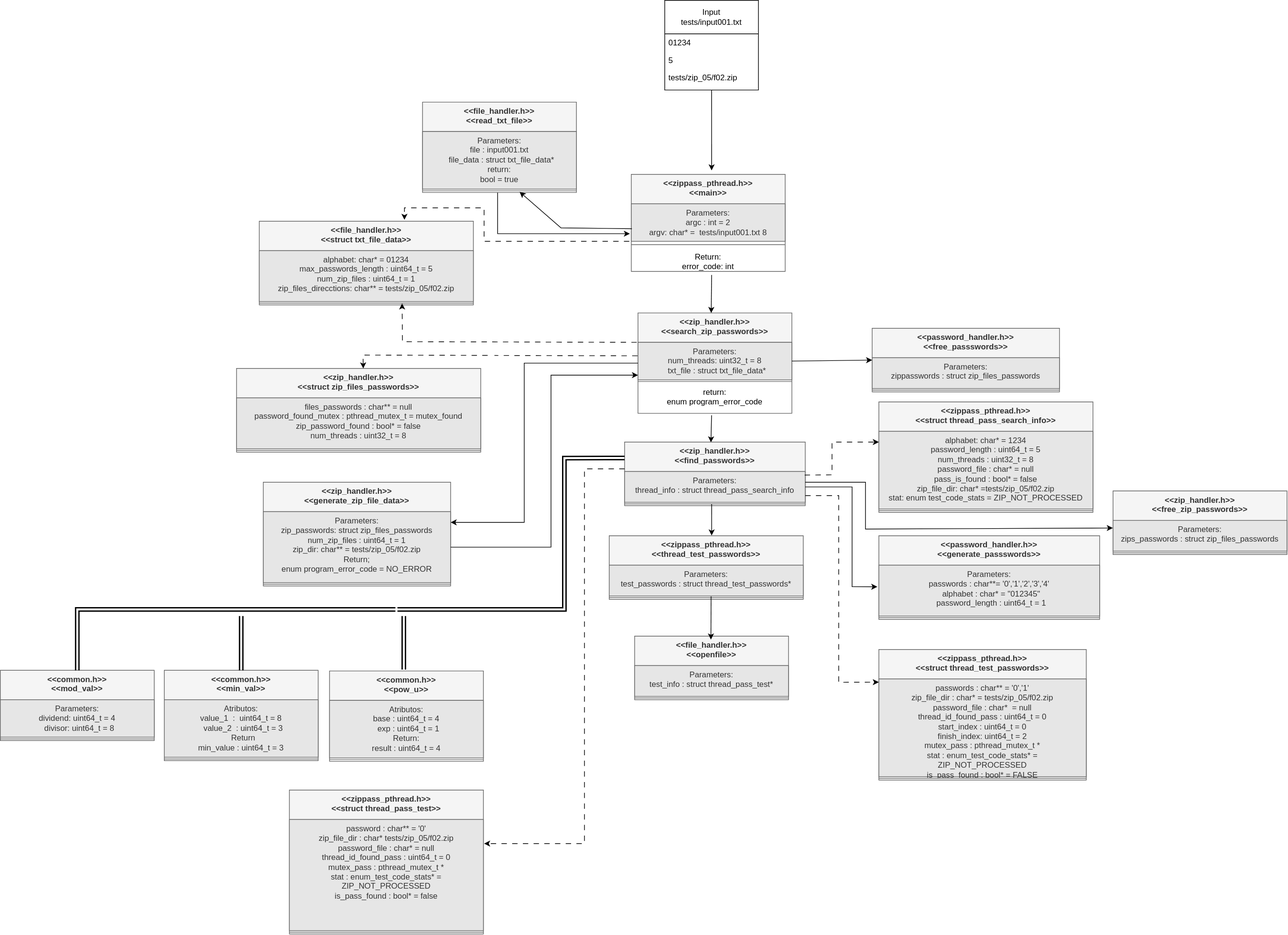
Above: homeworks/zippass_openmp_mpi/design/memory_diagram.svg in raguerobermudez/c-concurrent-programming (draw.io), before the change. Source tidied: cells renumbered, new cells last; positions are measured from the earlier drawing's top-left corner, leaving out a move shared by most shapes.
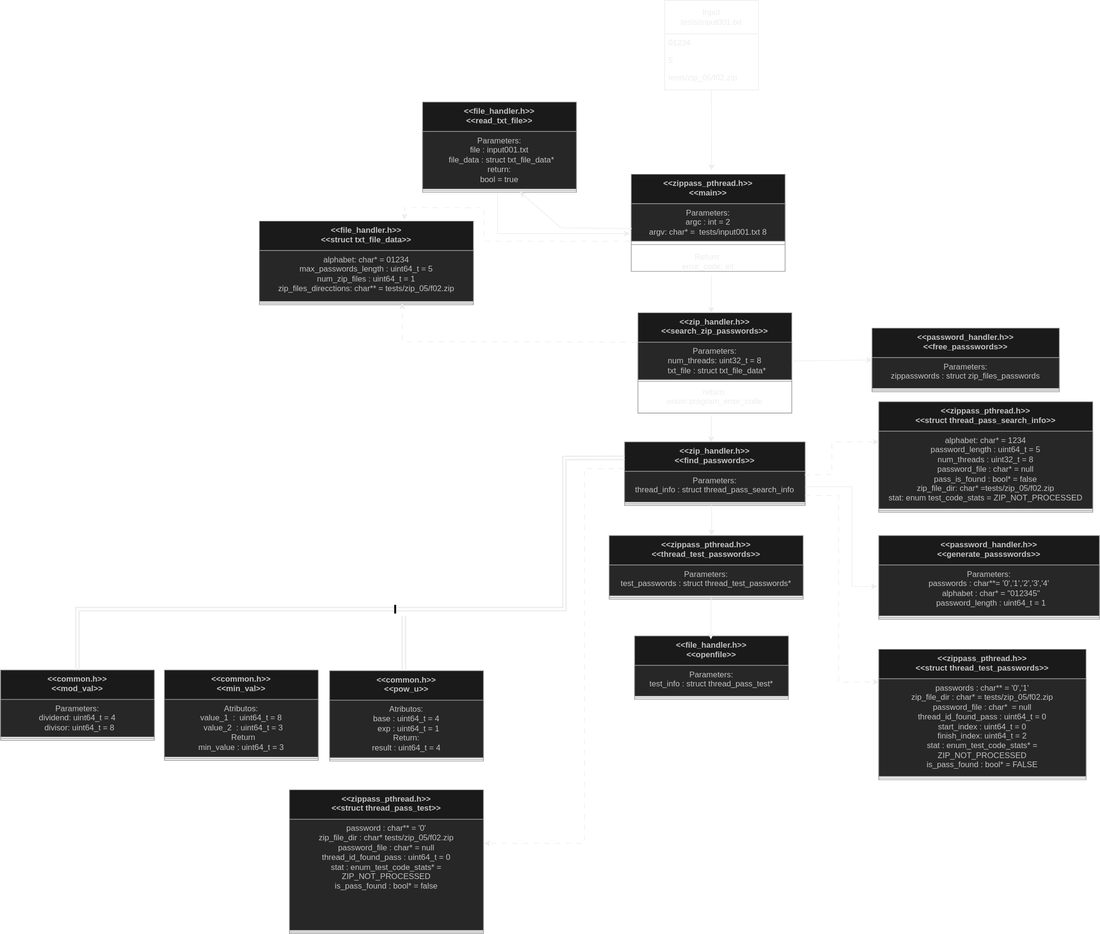
The same diagram one commit later.

Change to the diagram source:
```diff
@@ -97,15 +97,6 @@
     <mxCell id="32" value="&lt;div&gt;return:&lt;/div&gt;&lt;div&gt;enum program_error_code&lt;br&gt;&lt;/div&gt;" style="text;strokeColor=none;fillColor=none;align=center;verticalAlign=top;spacingLeft=4;spacingRight=4;overflow=hidden;whiteSpace=wrap;html=1;" parent="28" vertex="1">
       <mxGeometry y="105" width="230" height="45" as="geometry" />
     </mxCell>
-    <mxCell id="33" value="&amp;lt;&amp;lt;zip_handler.h&amp;gt;&amp;gt;&lt;br&gt;&lt;div&gt;&amp;lt;&amp;lt;free_zip_passwords&amp;gt;&amp;gt;&lt;/div&gt;" style="swimlane;fontStyle=1;align=center;verticalAlign=top;horizontal=1;startSize=44;whiteSpace=wrap;html=1;fillColor=#f5f5f5;fontColor=#333333;strokeColor=#666666;" parent="1" vertex="1">
-      <mxGeometry x="1663" y="733" width="260" height="95" as="geometry" />
-    </mxCell>
-    <mxCell id="34" value="&lt;div&gt;Parameters:&lt;/div&gt;&lt;div&gt;zips_passwords : struct zip_files_passwords&lt;br&gt;&lt;/div&gt;" style="text;strokeColor=#666666;fillColor=#E6E6E6;align=center;verticalAlign=top;spacingLeft=4;spacingRight=4;overflow=hidden;points=[[0,0.5],[1,0.5]];portConstraint=eastwest;whiteSpace=wrap;html=1;fontColor=#333333;" parent="33" vertex="1">
-      <mxGeometry y="44" width="260" height="46" as="geometry" />
-    </mxCell>
-    <mxCell id="35" style="line;strokeWidth=1;fillColor=none;align=left;verticalAlign=middle;spacingTop=-1;spacingLeft=3;spacingRight=3;labelPosition=right;strokeColor=inherit;" parent="33" vertex="1">
-      <mxGeometry y="90" width="260" height="5" as="geometry" />
-    </mxCell>
     <mxCell id="36" value="&amp;lt;&amp;lt;zip_handler.h&amp;gt;&amp;gt;&lt;br&gt;&lt;div&gt;&amp;lt;&amp;lt;find_passwords&amp;gt;&amp;gt;&lt;/div&gt;" style="swimlane;fontStyle=1;align=center;verticalAlign=top;horizontal=1;startSize=44;whiteSpace=wrap;html=1;fillColor=#f5f5f5;fontColor=#333333;strokeColor=#666666;" parent="1" vertex="1">
       <mxGeometry x="933" y="660" width="270" height="95" as="geometry" />
     </mxCell>
@@ -150,54 +141,6 @@
         </Array>
       </mxGeometry>
     </mxCell>
-    <mxCell id="46" value="&amp;lt;&amp;lt;zip_handler.h&amp;gt;&amp;gt;&lt;br&gt;&lt;div&gt;&amp;lt;&amp;lt;struct zip_files_passwords&amp;gt;&amp;gt;&lt;/div&gt;" style="swimlane;fontStyle=1;align=center;verticalAlign=top;horizontal=1;startSize=44;whiteSpace=wrap;html=1;fillColor=#f5f5f5;fontColor=#333333;strokeColor=#666666;" parent="1" vertex="1">
-      <mxGeometry x="353" y="550" width="365" height="125" as="geometry" />
-    </mxCell>
-    <mxCell id="47" value="&lt;div&gt;files_passwords : char** = null&lt;br&gt;&lt;/div&gt;&lt;div&gt;password_found_mutex : pthread_mutex_t = mutex_found&lt;br&gt;&lt;/div&gt;&lt;div&gt;zip_password_found : bool* = false&lt;br&gt;num_threads : uint32_t = 8&lt;br&gt;&lt;/div&gt;" style="text;strokeColor=#666666;fillColor=#E6E6E6;align=center;verticalAlign=top;spacingLeft=4;spacingRight=4;overflow=hidden;whiteSpace=wrap;html=1;fontColor=#333333;" parent="46" vertex="1">
-      <mxGeometry y="44" width="365" height="76" as="geometry" />
-    </mxCell>
-    <mxCell id="48" style="line;strokeWidth=1;fillColor=none;align=left;verticalAlign=middle;spacingTop=-1;spacingLeft=3;spacingRight=3;labelPosition=right;strokeColor=inherit;" parent="46" vertex="1">
-      <mxGeometry y="120" width="365" height="5" as="geometry" />
-    </mxCell>
-    <mxCell id="49" value="&amp;nbsp;" style="endArrow=classic;html=1;rounded=0;exitX=-0.003;exitY=0.36;exitDx=0;exitDy=0;entryX=0.519;entryY=0;entryDx=0;entryDy=0;entryPerimeter=0;exitPerimeter=0;dashed=1;dashPattern=8 8;" parent="1" edge="1" source="29" target="46">
-      <mxGeometry relative="1" as="geometry">
-        <Array as="points">
-          <mxPoint x="542" y="530" />
-        </Array>
-      </mxGeometry>
-    </mxCell>
-    <mxCell id="50" value="&amp;lt;&amp;lt;zip_handler.h&amp;gt;&amp;gt;&lt;br&gt;&lt;div&gt;&amp;lt;&amp;lt;generate_zip_file_data&amp;gt;&amp;gt;&lt;/div&gt;" style="swimlane;fontStyle=1;align=center;verticalAlign=top;horizontal=1;startSize=44;whiteSpace=wrap;html=1;fillColor=#f5f5f5;fontColor=#333333;strokeColor=#666666;" parent="1" vertex="1">
-      <mxGeometry x="393" y="720" width="280" height="155" as="geometry" />
-    </mxCell>
-    <mxCell id="51" value="&lt;div&gt;Parameters:&lt;/div&gt;&lt;div&gt;zip_passwords: struct zip_files_passwords&lt;/div&gt;&lt;div&gt;num_zip_files : uint64_t = 1&lt;br&gt;&lt;/div&gt;&lt;div&gt;zip_dir: char** = tests/zip_05/f02.zip&lt;br&gt;&lt;/div&gt;&lt;div&gt;Return;&lt;/div&gt;&lt;div&gt;enum program_error_code = NO_ERROR&lt;br&gt;&lt;/div&gt;" style="text;strokeColor=#666666;fillColor=#E6E6E6;align=center;verticalAlign=top;spacingLeft=4;spacingRight=4;overflow=hidden;points=[[0,0.5],[1,0.5]];portConstraint=eastwest;whiteSpace=wrap;html=1;fontColor=#333333;" parent="50" vertex="1">
-      <mxGeometry y="44" width="280" height="106" as="geometry" />
-    </mxCell>
-    <mxCell id="52" style="line;strokeWidth=1;fillColor=none;align=left;verticalAlign=middle;spacingTop=-1;spacingLeft=3;spacingRight=3;labelPosition=right;strokeColor=inherit;" parent="50" vertex="1">
-      <mxGeometry y="150" width="280" height="5" as="geometry" />
-    </mxCell>
-    <mxCell id="53" style="endArrow=classic;html=1;rounded=0;entryX=0.5;entryY=0;entryDx=0;entryDy=0;shape=link;strokeWidth=2;" parent="50" edge="1" target="16">
-      <mxGeometry relative="1" as="geometry">
-        <mxPoint x="-33" y="200" as="sourcePoint" />
-      </mxGeometry>
-    </mxCell>
-    <mxCell id="54" style="endArrow=classic;html=1;rounded=0;exitX=0;exitY=0.5;exitDx=0;exitDy=0;" parent="1" edge="1" source="28">
-      <mxGeometry relative="1" as="geometry">
-        <mxPoint x="673" y="780" as="targetPoint" />
-        <Array as="points">
-          <mxPoint x="783" y="542" />
-          <mxPoint x="783" y="780" />
-        </Array>
-      </mxGeometry>
-    </mxCell>
-    <mxCell id="55" style="endArrow=classic;html=1;rounded=0;exitX=1;exitY=0.5;exitDx=0;exitDy=0;" parent="1" edge="1" source="51">
-      <mxGeometry relative="1" as="geometry">
-        <mxPoint x="953" y="560" as="targetPoint" />
-        <Array as="points">
-          <mxPoint x="823" y="817" />
-          <mxPoint x="823" y="560" />
-        </Array>
-      </mxGeometry>
-    </mxCell>
     <mxCell id="56" style="endArrow=classic;html=1;rounded=0;entryX=0;entryY=0.5;entryDx=0;entryDy=0;exitX=1;exitY=0.5;exitDx=0;exitDy=0;" parent="1" edge="1" source="29" target="25">
       <mxGeometry relative="1" as="geometry" />
     </mxCell>
@@ -262,7 +205,7 @@
     <mxCell id="69" value="&amp;lt;&amp;lt;zippass_pthread.h&amp;gt;&amp;gt;&lt;br&gt;&lt;div&gt;&amp;lt;&amp;lt;struct thread_test_passwords&amp;gt;&amp;gt;&lt;/div&gt;" style="swimlane;fontStyle=1;align=center;verticalAlign=top;horizontal=1;startSize=44;whiteSpace=wrap;html=1;fillColor=#f5f5f5;fontColor=#333333;strokeColor=#666666;" parent="1" vertex="1">
       <mxGeometry x="1313" y="970" width="310" height="195" as="geometry" />
     </mxCell>
-    <mxCell id="70" value="&lt;div&gt;passwords : char** = '0','1'&lt;br&gt;&lt;/div&gt;&lt;div&gt;zip_file_dir : char* = tests/zip_05/f02.zip&lt;br&gt;&lt;/div&gt;&lt;div&gt;password_file : char*&amp;nbsp; = null&lt;br&gt;&lt;/div&gt;&lt;div&gt;thread_id_found_pass : uint64_t = 0&lt;br&gt;&lt;/div&gt;&lt;div&gt;start_index : uint64_t = 0&lt;br&gt;&lt;/div&gt;&lt;div&gt;finish_index: uint64_t = 2&lt;br&gt;&lt;/div&gt;&lt;div&gt;mutex_pass : pthread_mutex_t *&lt;br&gt;&lt;/div&gt;&lt;div&gt;stat : enum_test_code_stats* = ZIP_NOT_PROCESSED&lt;br&gt;&lt;/div&gt;&lt;div&gt;is_pass_found : bool* = FALSE&lt;br&gt;&lt;/div&gt;" style="text;strokeColor=#666666;fillColor=#E6E6E6;align=center;verticalAlign=top;spacingLeft=4;spacingRight=4;overflow=hidden;whiteSpace=wrap;html=1;fontColor=#333333;" parent="69" vertex="1">
+    <mxCell id="70" value="&lt;div&gt;passwords : char** = '0','1'&lt;br&gt;&lt;/div&gt;&lt;div&gt;zip_file_dir : char* = tests/zip_05/f02.zip&lt;br&gt;&lt;/div&gt;&lt;div&gt;password_file : char*&amp;nbsp; = null&lt;br&gt;&lt;/div&gt;&lt;div&gt;thread_id_found_pass : uint64_t = 0&lt;br&gt;&lt;/div&gt;&lt;div&gt;start_index : uint64_t = 0&lt;br&gt;&lt;/div&gt;&lt;div&gt;finish_index: uint64_t = 2&lt;br&gt;&lt;/div&gt;&lt;div&gt;stat : enum_test_code_stats* = ZIP_NOT_PROCESSED&lt;br&gt;&lt;/div&gt;&lt;div&gt;is_pass_found : bool* = FALSE&lt;br&gt;&lt;/div&gt;" style="text;strokeColor=#666666;fillColor=#E6E6E6;align=center;verticalAlign=top;spacingLeft=4;spacingRight=4;overflow=hidden;whiteSpace=wrap;html=1;fontColor=#333333;" parent="69" vertex="1">
       <mxGeometry y="44" width="310" height="146" as="geometry" />
     </mxCell>
     <mxCell id="71" style="line;strokeWidth=1;fillColor=none;align=left;verticalAlign=middle;spacingTop=-1;spacingLeft=3;spacingRight=3;labelPosition=right;strokeColor=inherit;" parent="69" vertex="1">
@@ -277,19 +220,10 @@
         </Array>
       </mxGeometry>
     </mxCell>
-    <mxCell id="73" style="endArrow=classic;html=1;rounded=0;entryX=-0.001;entryY=0.248;entryDx=0;entryDy=0;entryPerimeter=0;" parent="1" edge="1" target="34">
-      <mxGeometry relative="1" as="geometry">
-        <mxPoint x="1203" y="720" as="sourcePoint" />
-        <Array as="points">
-          <mxPoint x="1293" y="720" />
-          <mxPoint x="1293" y="790" />
-        </Array>
-      </mxGeometry>
-    </mxCell>
     <mxCell id="74" value="&amp;lt;&amp;lt;zippass_pthread.h&amp;gt;&amp;gt;&lt;br&gt;&lt;div&gt;&amp;lt;&amp;lt;struct thread_pass_test&amp;gt;&amp;gt;&lt;/div&gt;" style="swimlane;fontStyle=1;align=center;verticalAlign=top;horizontal=1;startSize=44;whiteSpace=wrap;html=1;fillColor=#f5f5f5;fontColor=#333333;strokeColor=#666666;" parent="1" vertex="1">
       <mxGeometry x="432" y="1180" width="290" height="215" as="geometry" />
     </mxCell>
-    <mxCell id="75" value="&lt;div&gt;password : char** = '0'&lt;br&gt;&lt;/div&gt;&lt;div&gt;zip_file_dir : char* tests/zip_05/f02.zip&lt;br&gt;&lt;/div&gt;&lt;div&gt;password_file : char* = null&lt;br&gt;&lt;/div&gt;&lt;div&gt;thread_id_found_pass : uint64_t = 0&lt;br&gt;&lt;/div&gt;&lt;div&gt;mutex_pass : pthread_mutex_t *&lt;br&gt;&lt;/div&gt;&lt;div&gt;stat : enum_test_code_stats* = ZIP_NOT_PROCESSED&lt;br&gt;&lt;/div&gt;&lt;div&gt;is_pass_found : bool* = false&lt;br&gt;&lt;/div&gt;" style="text;strokeColor=#666666;fillColor=#E6E6E6;align=center;verticalAlign=top;spacingLeft=4;spacingRight=4;overflow=hidden;whiteSpace=wrap;html=1;fontColor=#333333;" parent="74" vertex="1">
+    <mxCell id="75" value="&lt;div&gt;password : char** = '0'&lt;br&gt;&lt;/div&gt;&lt;div&gt;zip_file_dir : char* tests/zip_05/f02.zip&lt;br&gt;&lt;/div&gt;&lt;div&gt;password_file : char* = null&lt;br&gt;&lt;/div&gt;&lt;div&gt;thread_id_found_pass : uint64_t = 0&lt;br&gt;&lt;/div&gt;&lt;div&gt;stat : enum_test_code_stats* = ZIP_NOT_PROCESSED&lt;br&gt;&lt;/div&gt;&lt;div&gt;is_pass_found : bool* = false&lt;br&gt;&lt;/div&gt;" style="text;strokeColor=#666666;fillColor=#E6E6E6;align=center;verticalAlign=top;spacingLeft=4;spacingRight=4;overflow=hidden;whiteSpace=wrap;html=1;fontColor=#333333;" parent="74" vertex="1">
       <mxGeometry y="44" width="290" height="166" as="geometry" />
     </mxCell>
     <mxCell id="76" style="line;strokeWidth=1;fillColor=none;align=left;verticalAlign=middle;spacingTop=-1;spacingLeft=3;spacingRight=3;labelPosition=right;strokeColor=inherit;" parent="74" vertex="1">
```
